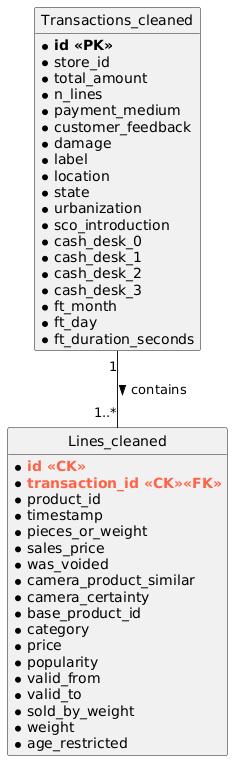
The PlantUML diagram datenmodell_output.png in David-Leatham/project_data_science, before a commit.
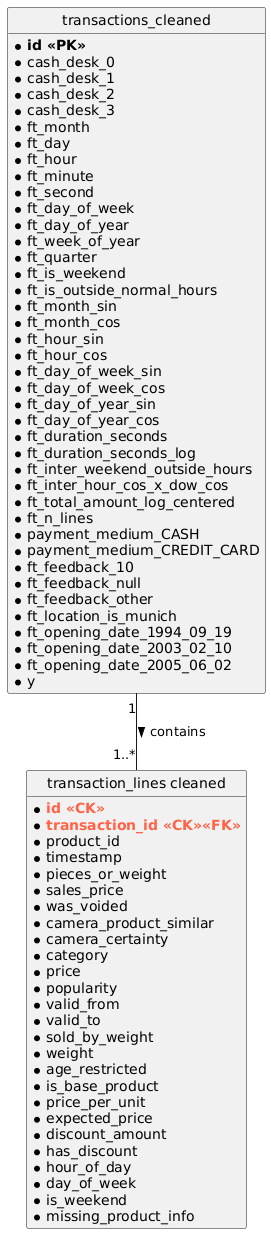
Later version of the same file.

The edit, as a diff of the source:
```diff
@@ -3,29 +3,50 @@
 hide members
 show fields
 
-class "Transactions_cleaned" as t {
+class "transactions_cleaned" as t {
   * **id <<PK>>**
-  * store_id
-  * total_amount
-  * n_lines
-  * payment_medium
-  * customer_feedback
-  * damage
-  * label
-  * location
-  * state
-  * urbanization
-  * sco_introduction
   * cash_desk_0
   * cash_desk_1
   * cash_desk_2
   * cash_desk_3
   * ft_month
   * ft_day
+  * ft_hour
+  * ft_minute
+  * ft_second
+  * ft_day_of_week
+  * ft_day_of_year
+  * ft_week_of_year
+  * ft_quarter
+  * ft_is_weekend
+  * ft_is_outside_normal_hours
+  * ft_month_sin
+  * ft_month_cos
+  * ft_hour_sin
+  * ft_hour_cos
+  * ft_day_of_week_sin
+  * ft_day_of_week_cos
+  * ft_day_of_year_sin
+  * ft_day_of_year_cos
   * ft_duration_seconds
+  * ft_duration_seconds_log
+  * ft_inter_weekend_outside_hours
+  * ft_inter_hour_cos_x_dow_cos
+  * ft_total_amount_log_centered
+  * ft_n_lines
+  * payment_medium_CASH
+  * payment_medium_CREDIT_CARD
+  * ft_feedback_10
+  * ft_feedback_null
+  * ft_feedback_other
+  * ft_location_is_munich
+  * ft_opening_date_1994_09_19
+  * ft_opening_date_2003_02_10
+  * ft_opening_date_2005_06_02
+  * y
 }
 
-class "Lines_cleaned" as tl {
+class "transaction_lines cleaned" as tl {
   * <color:Tomato>**id <<CK>>**</color>
   * <color:Tomato>**transaction_id <<CK>><<FK>>**</color>
   * product_id
@@ -35,7 +56,6 @@
   * was_voided
   * camera_product_similar
   * camera_certainty
-  * base_product_id
   * category
   * price
   * popularity
@@ -44,6 +64,16 @@
   * sold_by_weight
   * weight
   * age_restricted
+  * is_base_product
+  * price_per_unit
+  * expected_price
+  * discount_amount
+  * has_discount
+  * hour_of_day
+  * day_of_week
+  * is_weekend
+  * missing_product_info
+
 }
 
 t "1" -- "1..*" tl : contains >
```
